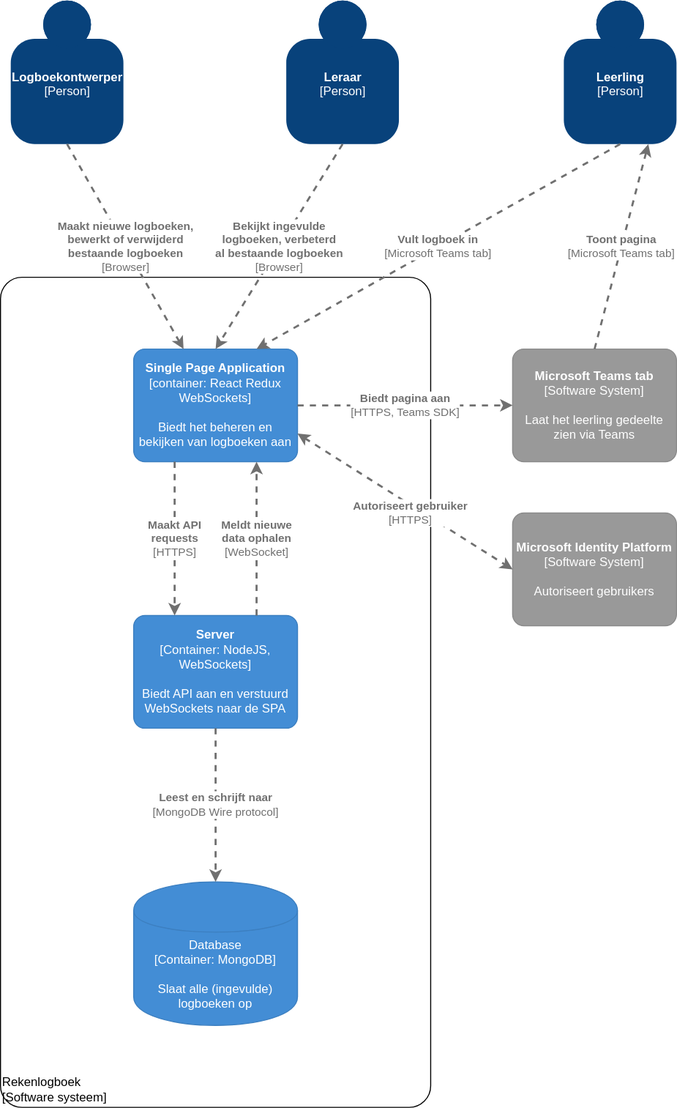
Rowan-Paul/HANAIM-DWA-Rekenlogboek keeps this draw.io diagram as docs/software-guidebook/c4-model/containers.svg. Above is the earlier version. Source tidied: cells renumbered, new cells last; positions are measured from the earlier drawing's top-left corner, leaving out a move shared by most shapes.
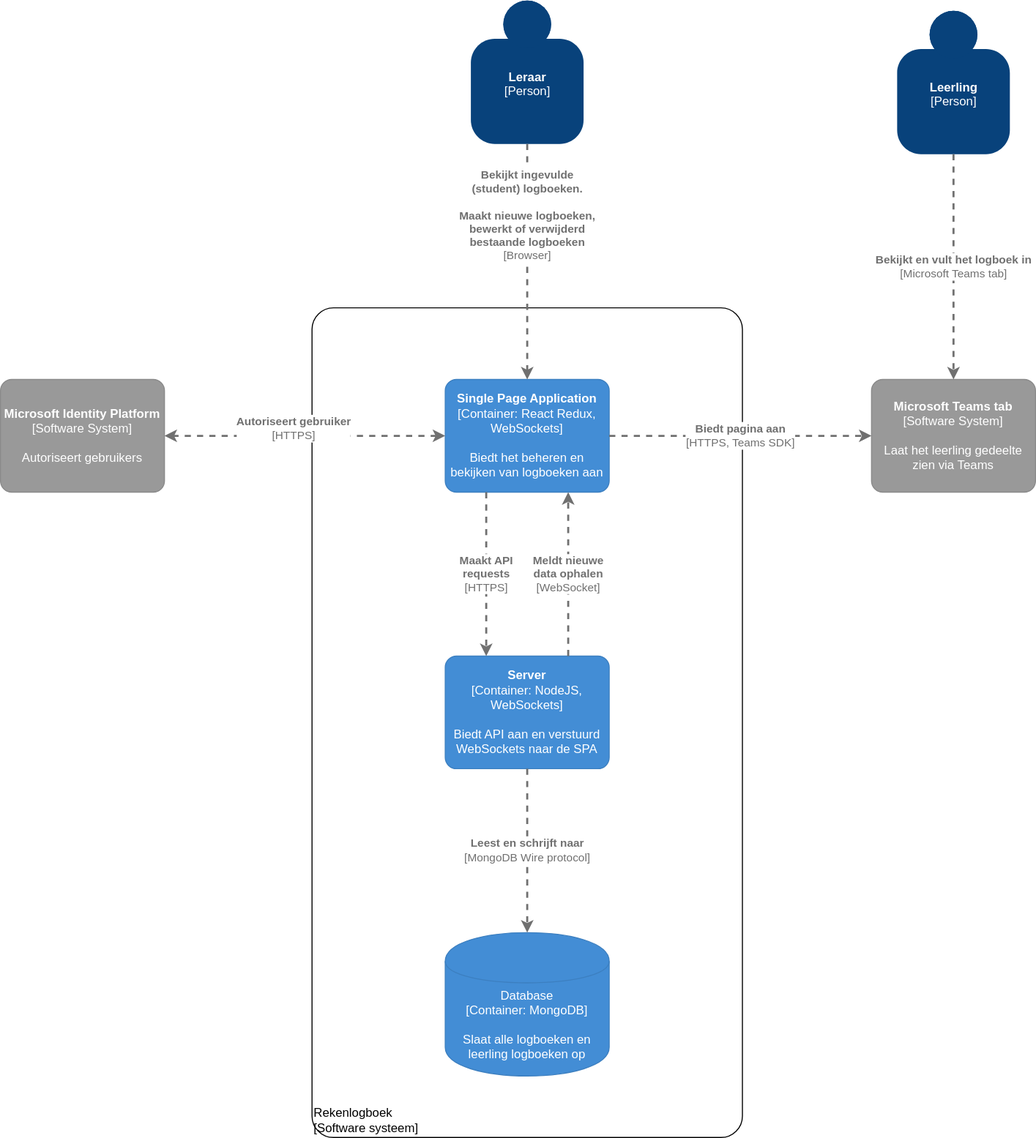
After the commit.

Change to the diagram source:
```diff
@@ -4,62 +4,56 @@
     <mxCell id="1" parent="0" />
     <object id="2" label="&lt;div style=&quot;text-align: left&quot;&gt;%c4Name%&lt;/div&gt;&lt;div style=&quot;text-align: left&quot;&gt;[%c4Application%]&lt;/div&gt;" c4Application="Software systeem" c4Name="Rekenlogboek" c4Type="ExecutionEnvironment" placeholders="1">
       <mxCell style="rounded=1;whiteSpace=wrap;html=1;labelBackgroundColor=none;fillColor=#ffffff;fontColor=#000000;align=left;arcSize=5;strokeColor=#000000;verticalAlign=bottom;metaData={&quot;c4Type&quot;:{&quot;editable&quot;:false}};sketch=0;" parent="1" vertex="1">
-        <mxGeometry y="270" width="420" height="810" as="geometry" />
+        <mxGeometry x="244" y="270" width="420" height="810" as="geometry" />
       </mxCell>
     </object>
-    <object id="3" label="&lt;b&gt;%c4Name%&lt;/b&gt;&lt;div&gt;[%c4Type%]&lt;/div&gt;&lt;br&gt;&lt;div&gt;%c4Description%&lt;/div&gt;" c4Description="" c4Name="Logboekontwerper" c4Type="Person" placeholders="1">
-      <mxCell style="html=1;dashed=0;whitespace=wrap;fillColor=#08427b;strokeColor=none;fontColor=#ffffff;shape=mxgraph.c4.person;align=center;points=[[0.5,0,0],[1,0.5,0],[1,0.75,0],[0.75,1,0],[0.5,1,0],[0.25,1,0],[0,0.75,0],[0,0.5,0]];metaData={&quot;c4Type&quot;:{&quot;editable&quot;:false}};" parent="1" vertex="1">
-        <mxGeometry x="10" width="110" height="140" as="geometry" />
-      </mxCell>
-    </object>
     <object id="4" label="&lt;b&gt;%c4Name%&lt;/b&gt;&lt;div&gt;[%c4Type%]&lt;/div&gt;&lt;br&gt;&lt;div&gt;%c4Description%&lt;/div&gt;" c4Description="" c4Name="Leraar" c4Type="Person" placeholders="1">
       <mxCell style="html=1;dashed=0;whitespace=wrap;fillColor=#08427b;strokeColor=none;fontColor=#ffffff;shape=mxgraph.c4.person;align=center;points=[[0.5,0,0],[1,0.5,0],[1,0.75,0],[0.75,1,0],[0.5,1,0],[0.25,1,0],[0,0.75,0],[0,0.5,0]];metaData={&quot;c4Type&quot;:{&quot;editable&quot;:false}};" parent="1" vertex="1">
-        <mxGeometry x="279" width="110" height="140" as="geometry" />
+        <mxGeometry x="399" y="-30" width="110" height="140" as="geometry" />
       </mxCell>
     </object>
     <object id="5" label="&lt;b&gt;%c4Name%&lt;/b&gt;&lt;div&gt;[%c4Type%]&lt;/div&gt;&lt;br&gt;&lt;div&gt;%c4Description%&lt;/div&gt;" c4Description="" c4Name="Leerling" c4Type="Person" placeholders="1">
       <mxCell style="html=1;dashed=0;whitespace=wrap;fillColor=#08427b;strokeColor=none;fontColor=#ffffff;shape=mxgraph.c4.person;align=center;points=[[0.5,0,0],[1,0.5,0],[1,0.75,0],[0.75,1,0],[0.5,1,0],[0.25,1,0],[0,0.75,0],[0,0.5,0]];metaData={&quot;c4Type&quot;:{&quot;editable&quot;:false}};" parent="1" vertex="1">
-        <mxGeometry x="550" width="110" height="140" as="geometry" />
+        <mxGeometry x="815" y="-20" width="110" height="140" as="geometry" />
       </mxCell>
     </object>
-    <object id="6" label="&lt;b&gt;%c4Name%&lt;/b&gt;&lt;div&gt;[%c4Type%: %c4Technology%]&lt;/div&gt;&lt;br&gt;&lt;div&gt;%c4Description%&lt;/div&gt;" c4Description="Biedt het beheren en bekijken van logboeken aan" c4Name="Single Page Application" c4Technology="React Redux WebSockets" c4Type="container" placeholders="1">
+    <object id="6" label="&lt;b&gt;%c4Name%&lt;/b&gt;&lt;div&gt;[%c4Type%: %c4Technology%]&lt;/div&gt;&lt;br&gt;&lt;div&gt;%c4Description%&lt;/div&gt;" c4Description="Biedt het beheren en bekijken van logboeken aan" c4Name="Single Page Application" c4Technology="React Redux, WebSockets" c4Type="Container" placeholders="1">
       <mxCell style="rounded=1;whiteSpace=wrap;html=1;labelBackgroundColor=none;fillColor=#438DD5;fontColor=#ffffff;align=center;arcSize=10;strokeColor=#3C7FC0;metaData={&quot;c4Type&quot;:{&quot;editable&quot;:true}};points=[[0.25,0,0],[0.5,0,0],[0.75,0,0],[1,0.25,0],[1,0.5,0],[1,0.75,0],[0.75,1,0],[0.5,1,0],[0.25,1,0],[0,0.75,0],[0,0.5,0],[0,0.25,0]];" parent="1" vertex="1">
-        <mxGeometry x="130" y="340" width="160" height="110" as="geometry" />
+        <mxGeometry x="374" y="340" width="160" height="110" as="geometry" />
       </mxCell>
     </object>
     <object id="7" label="&lt;b&gt;%c4Name%&lt;/b&gt;&lt;div&gt;[%c4Type%]&lt;/div&gt;&lt;br&gt;&lt;div&gt;%c4Description%&lt;/div&gt;" c4Description="Laat het leerling gedeelte zien via Teams" c4Name="Microsoft Teams tab" c4Type="Software System" placeholders="1">
       <mxCell style="rounded=1;whiteSpace=wrap;html=1;labelBackgroundColor=none;fillColor=#999999;fontColor=#ffffff;align=center;arcSize=10;strokeColor=#8A8A8A;metaData={&quot;c4Type&quot;:{&quot;editable&quot;:false}};points=[[0.25,0,0],[0.5,0,0],[0.75,0,0],[1,0.25,0],[1,0.5,0],[1,0.75,0],[0.75,1,0],[0.5,1,0],[0.25,1,0],[0,0.75,0],[0,0.5,0],[0,0.25,0]];" parent="1" vertex="1">
-        <mxGeometry x="500" y="340" width="160" height="110" as="geometry" />
+        <mxGeometry x="790" y="340" width="160" height="110" as="geometry" />
       </mxCell>
     </object>
     <object id="8" label="&lt;b&gt;%c4Name%&lt;/b&gt;&lt;div&gt;[%c4Type%: %c4Technology%]&lt;/div&gt;&lt;br&gt;&lt;div&gt;%c4Description%&lt;/div&gt;" c4Description="Biedt API aan en verstuurd WebSockets naar de SPA" c4Name="Server" c4Technology="NodeJS, WebSockets" c4Type="Container" placeholders="1">
       <mxCell style="rounded=1;whiteSpace=wrap;html=1;labelBackgroundColor=none;fillColor=#438DD5;fontColor=#ffffff;align=center;arcSize=10;strokeColor=#3C7FC0;metaData={&quot;c4Type&quot;:{&quot;editable&quot;:true}};points=[[0.25,0,0],[0.5,0,0],[0.75,0,0],[1,0.25,0],[1,0.5,0],[1,0.75,0],[0.75,1,0],[0.5,1,0],[0.25,1,0],[0,0.75,0],[0,0.5,0],[0,0.25,0]];sketch=0;" parent="1" vertex="1">
-        <mxGeometry x="130" y="600" width="160" height="110" as="geometry" />
+        <mxGeometry x="374" y="610" width="160" height="110" as="geometry" />
       </mxCell>
     </object>
-    <object id="9" label="%c4Type%&lt;div&gt;[Container:&amp;nbsp;%c4Technology%]&lt;/div&gt;&lt;br&gt;&lt;div&gt;%c4Description%&lt;/div&gt;" c4Description="Slaat alle (ingevulde) logboeken op" c4Technology="MongoDB" c4Type="Database" placeholders="1">
+    <object id="9" label="%c4Type%&lt;div&gt;[Container:&amp;nbsp;%c4Technology%]&lt;/div&gt;&lt;br&gt;&lt;div&gt;%c4Description%&lt;/div&gt;" c4Description="Slaat alle logboeken en leerling logboeken op" c4Technology="MongoDB" c4Type="Database" placeholders="1">
       <mxCell style="shape=cylinder;whiteSpace=wrap;html=1;boundedLbl=1;rounded=0;labelBackgroundColor=none;fillColor=#438DD5;fontSize=12;fontColor=#ffffff;align=center;strokeColor=#3C7FC0;points=[[0.5,0,0],[1,0.25,0],[1,0.5,0],[1,0.75,0],[0.5,1,0],[0,0.75,0],[0,0.5,0],[0,0.25,0]];metaData={&quot;c4Type&quot;:{&quot;editable&quot;:false}};sketch=0;" parent="1" vertex="1">
-        <mxGeometry x="130" y="860" width="160" height="140" as="geometry" />
+        <mxGeometry x="374" y="880" width="160" height="140" as="geometry" />
       </mxCell>
     </object>
     <object id="10" label="&lt;b&gt;%c4Name%&lt;/b&gt;&lt;div&gt;[%c4Type%]&lt;/div&gt;&lt;br&gt;&lt;div&gt;%c4Description%&lt;/div&gt;" c4Description="Autoriseert gebruikers" c4Name="Microsoft Identity Platform" c4Type="Software System" placeholders="1">
       <mxCell style="rounded=1;whiteSpace=wrap;html=1;labelBackgroundColor=none;fillColor=#999999;fontColor=#ffffff;align=center;arcSize=10;strokeColor=#8A8A8A;metaData={&quot;c4Type&quot;:{&quot;editable&quot;:false}};points=[[0.25,0,0],[0.5,0,0],[0.75,0,0],[1,0.25,0],[1,0.5,0],[1,0.75,0],[0.75,1,0],[0.5,1,0],[0.25,1,0],[0,0.75,0],[0,0.5,0],[0,0.25,0]];" parent="1" vertex="1">
-        <mxGeometry x="500" y="500" width="160" height="110" as="geometry" />
+        <mxGeometry x="-60" y="340" width="160" height="110" as="geometry" />
       </mxCell>
     </object>
-    <object id="11" label="&lt;div style=&quot;text-align: left&quot;&gt;&lt;div style=&quot;text-align: center&quot;&gt;&lt;b&gt;%c4Description%&lt;/b&gt;&lt;/div&gt;&lt;div style=&quot;text-align: center&quot;&gt;[%c4Technology%]&lt;/div&gt;&lt;/div&gt;" c4Description="Maakt nieuwe logboeken,&#10;bewerkt of verwijderd &#10;bestaande logboeken" c4Technology="Browser" c4Type="Relationship" placeholders="1">
-      <mxCell style="edgeStyle=none;rounded=0;html=1;jettySize=auto;strokeColor=#707070;strokeWidth=2;fontColor=#707070;jumpStyle=none;dashed=1;metaData={&quot;c4Type&quot;:{&quot;editable&quot;:false}};exitX=0.5;exitY=1;exitDx=0;exitDy=0;exitPerimeter=0;" parent="1" edge="1" source="3" target="6">
-        <mxGeometry relative="1" as="geometry" />
-      </mxCell>
-    </object>
-    <object id="12" label="&lt;div style=&quot;text-align: left&quot;&gt;&lt;div style=&quot;text-align: center&quot;&gt;&lt;b&gt;%c4Description%&lt;/b&gt;&lt;/div&gt;&lt;div style=&quot;text-align: center&quot;&gt;[%c4Technology%]&lt;/div&gt;&lt;/div&gt;" c4Description="Bekijkt ingevulde&#10;logboeken, verbeterd&#10;al bestaande logboeken" c4Technology="Browser" c4Type="Relationship" placeholders="1">
+    <object id="12" label="&lt;div style=&quot;text-align: left&quot;&gt;&lt;div style=&quot;text-align: center&quot;&gt;&lt;b&gt;%c4Description%&lt;/b&gt;&lt;/div&gt;&lt;div style=&quot;text-align: center&quot;&gt;[%c4Technology%]&lt;/div&gt;&lt;/div&gt;" c4Description="Bekijkt ingevulde&#10;(student) logboeken.&#10;&#10;Maakt nieuwe logboeken,&#10;bewerkt of verwijderd &#10;bestaande logboeken" c4Technology="Browser" c4Type="Relationship" placeholders="1">
       <mxCell style="edgeStyle=none;rounded=0;html=1;entryX=0.5;entryY=0;jettySize=auto;strokeColor=#707070;strokeWidth=2;fontColor=#707070;jumpStyle=none;dashed=1;metaData={&quot;c4Type&quot;:{&quot;editable&quot;:false}};exitX=0.5;exitY=1;exitDx=0;exitDy=0;exitPerimeter=0;entryDx=0;entryDy=0;entryPerimeter=0;" parent="1" edge="1" source="4" target="6">
-        <mxGeometry relative="1" as="geometry" />
+        <mxGeometry x="-0.39" relative="1" as="geometry" />
       </mxCell>
     </object>
-    <object id="13" label="&lt;div style=&quot;text-align: left&quot;&gt;&lt;div style=&quot;text-align: center&quot;&gt;&lt;b&gt;%c4Description%&lt;/b&gt;&lt;/div&gt;&lt;div style=&quot;text-align: center&quot;&gt;[%c4Technology%]&lt;/div&gt;&lt;/div&gt;" c4Description="Vult logboek in" c4Technology="Microsoft Teams tab" c4Type="Relationship" placeholders="1">
-      <mxCell style="edgeStyle=none;rounded=0;html=1;jettySize=auto;strokeColor=#707070;strokeWidth=2;fontColor=#707070;jumpStyle=none;dashed=1;metaData={&quot;c4Type&quot;:{&quot;editable&quot;:false}};exitX=0.5;exitY=1;exitDx=0;exitDy=0;exitPerimeter=0;entryX=0.75;entryY=0;entryDx=0;entryDy=0;entryPerimeter=0;" parent="1" edge="1" source="5" target="6">
-        <mxGeometry relative="1" as="geometry" />
+    <object id="13" label="&lt;div style=&quot;text-align: left&quot;&gt;&lt;div style=&quot;text-align: center&quot;&gt;&lt;b&gt;%c4Description%&lt;/b&gt;&lt;/div&gt;&lt;div style=&quot;text-align: center&quot;&gt;[%c4Technology%]&lt;/div&gt;&lt;/div&gt;" c4Description="Bekijkt en vult het logboek in" c4Technology="Microsoft Teams tab" c4Type="Relationship" placeholders="1">
+      <mxCell style="edgeStyle=none;rounded=1;html=1;jettySize=auto;strokeColor=#707070;strokeWidth=2;fontColor=#707070;jumpStyle=none;dashed=1;metaData={&quot;c4Type&quot;:{&quot;editable&quot;:false}};exitX=0.5;exitY=1;exitDx=0;exitDy=0;exitPerimeter=0;entryX=0.5;entryY=0;entryDx=0;entryDy=0;entryPerimeter=0;" parent="1" edge="1" source="5" target="7">
+        <mxGeometry relative="1" as="geometry">
+          <Array as="points">
+            <mxPoint x="870" y="230" />
+          </Array>
+        </mxGeometry>
       </mxCell>
     </object>
     <object id="14" label="&lt;div style=&quot;text-align: left&quot;&gt;&lt;div style=&quot;text-align: center&quot;&gt;&lt;b&gt;%c4Description%&lt;/b&gt;&lt;/div&gt;&lt;div style=&quot;text-align: center&quot;&gt;[%c4Technology%]&lt;/div&gt;&lt;/div&gt;" c4Description="Biedt pagina aan" c4Technology="HTTPS, Teams SDK" c4Type="Relationship" placeholders="1">
@@ -67,13 +61,8 @@
         <mxGeometry relative="1" as="geometry" />
       </mxCell>
     </object>
-    <object id="15" label="&lt;div style=&quot;text-align: left&quot;&gt;&lt;div style=&quot;text-align: center&quot;&gt;&lt;b&gt;%c4Description%&lt;/b&gt;&lt;/div&gt;&lt;div style=&quot;text-align: center&quot;&gt;[%c4Technology%]&lt;/div&gt;&lt;/div&gt;" c4Description="Toont pagina" c4Technology="Microsoft Teams tab" c4Type="Relationship" placeholders="1">
-      <mxCell style="edgeStyle=none;rounded=0;html=1;entryX=0.75;entryY=1;jettySize=auto;strokeColor=#707070;strokeWidth=2;fontColor=#707070;jumpStyle=none;dashed=1;metaData={&quot;c4Type&quot;:{&quot;editable&quot;:false}};exitX=0.5;exitY=0;exitDx=0;exitDy=0;exitPerimeter=0;entryDx=0;entryDy=0;entryPerimeter=0;" parent="1" edge="1" source="7" target="5">
-        <mxGeometry relative="1" as="geometry" />
-      </mxCell>
-    </object>
     <object id="16" label="&lt;div style=&quot;text-align: left&quot;&gt;&lt;div style=&quot;text-align: center&quot;&gt;&lt;b&gt;%c4Description%&lt;/b&gt;&lt;/div&gt;&lt;div style=&quot;text-align: center&quot;&gt;[%c4Technology%]&lt;/div&gt;&lt;/div&gt;" c4Description="Autoriseert gebruiker" c4Technology="HTTPS" c4Type="Relationship" placeholders="1">
-      <mxCell style="edgeStyle=none;rounded=0;html=1;entryX=0;entryY=0.5;jettySize=auto;strokeColor=#707070;strokeWidth=2;fontColor=#707070;jumpStyle=none;dashed=1;metaData={&quot;c4Type&quot;:{&quot;editable&quot;:false}};exitX=1;exitY=0.75;exitDx=0;exitDy=0;exitPerimeter=0;entryDx=0;entryDy=0;entryPerimeter=0;startArrow=classic;startFill=1;" parent="1" edge="1" source="6" target="10">
+      <mxCell style="edgeStyle=none;rounded=0;html=1;jettySize=auto;strokeColor=#707070;strokeWidth=2;fontColor=#707070;jumpStyle=none;dashed=1;metaData={&quot;c4Type&quot;:{&quot;editable&quot;:false}};exitX=0;exitY=0.5;exitDx=0;exitDy=0;exitPerimeter=0;startArrow=classic;startFill=1;entryX=1;entryY=0.5;entryDx=0;entryDy=0;entryPerimeter=0;" parent="1" edge="1" source="6" target="10">
         <mxGeometry x="0.08" y="-7" relative="1" as="geometry" />
       </mxCell>
     </object>
```
